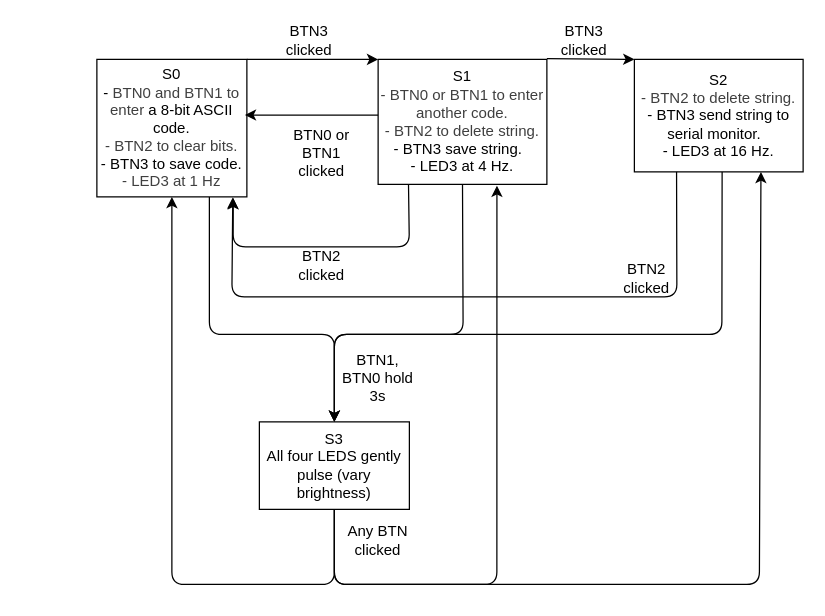
Above: app/src/state_machine.drawio in pophoppyshop/eie_nrf52840 (draw.io), before the change. Source tidied: cells renumbered, new cells numbered last; positions are measured from the earlier drawing's top-left corner, leaving out a move shared by most shapes. Both pictures are drawn from the tidied source at 125%, with x=0, y=0 at pixel (96, 21).
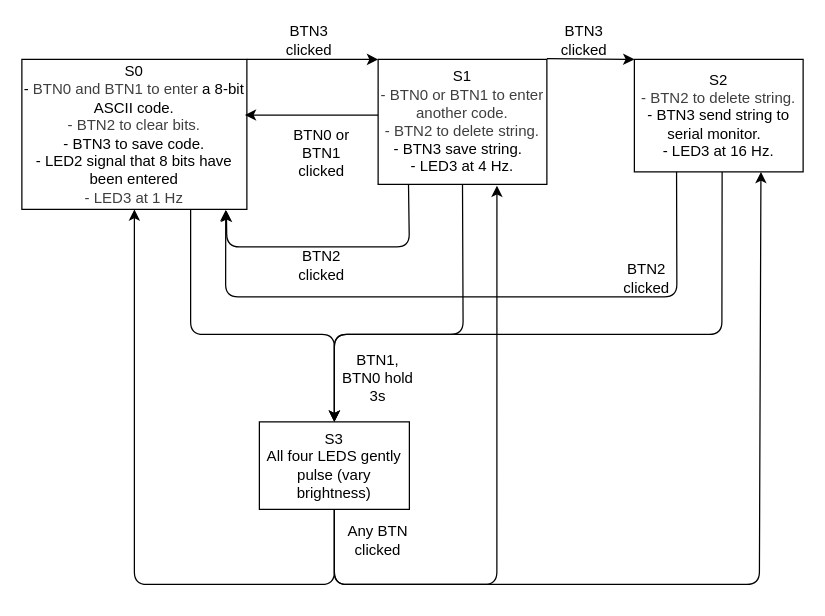
Above is the later version.

Commit message (it also covers changes not shown here):
Finished enter code state

The change refers to these unchanged cells:
```xml
<mxCell id="5" value="S1&lt;div&gt;&lt;span style=&quot;color: rgb(63, 63, 63);&quot;&gt;-&amp;nbsp;&lt;/span&gt;&lt;span style=&quot;color: rgb(63, 63, 63);&quot;&gt;BTN0&amp;nbsp;&lt;/span&gt;&lt;span style=&quot;color: rgb(63, 63, 63);&quot;&gt;or BTN1 to enter another code.&lt;/span&gt;&lt;/div&gt;&lt;div&gt;&lt;span style=&quot;color: rgb(63, 63, 63);&quot;&gt;- BTN2 to delete string.&lt;/span&gt;&lt;/div&gt;&lt;div&gt;&lt;div&gt;- BTN3 save string.&amp;nbsp;&amp;nbsp;&lt;/div&gt;&lt;div&gt;- LED3 at 4 Hz.&lt;/div&gt;&lt;/div&gt;" style="rounded=0;whiteSpace=wrap;html=1;" parent="1" vertex="1">
  <mxGeometry x="225" y="30" width="135" height="100" as="geometry" />
</mxCell>
<mxCell id="8" value="S3&lt;div&gt;All four LEDS gently pulse (vary brightness)&lt;/div&gt;" style="rounded=0;whiteSpace=wrap;html=1;" parent="1" vertex="1">
  <mxGeometry x="130" y="320" width="120" height="70" as="geometry" />
</mxCell>
<mxCell id="19" value="S2&lt;div&gt;&lt;span style=&quot;color: rgb(63, 63, 63);&quot;&gt;- BTN2 to delete string.&lt;/span&gt;&lt;/div&gt;&lt;div&gt;&lt;div&gt;- BTN3 send string to serial monitor.&amp;nbsp;&amp;nbsp;&lt;/div&gt;&lt;div&gt;- LED3 at 16 Hz.&lt;/div&gt;&lt;/div&gt;" style="rounded=0;whiteSpace=wrap;html=1;" parent="1" vertex="1">
  <mxGeometry x="430" y="30" width="135" height="90" as="geometry" />
</mxCell>
```

What changed in the source:
```diff
@@
     <mxCell id="2" style="edgeStyle=none;html=1;exitX=0.75;exitY=1;exitDx=0;exitDy=0;entryX=0.5;entryY=0;entryDx=0;entryDy=0;" parent="1" edge="1" source="3" target="8">
       <mxGeometry relative="1" as="geometry">
         <Array as="points">
-          <mxPoint x="90" y="250" />
+          <mxPoint x="75" y="250" />
           <mxPoint x="190" y="250" />
         </Array>
       </mxGeometry>
     </mxCell>
-    <mxCell id="3" value="S0&lt;div&gt;-&amp;nbsp;&lt;span style=&quot;color: rgb(63, 63, 63);&quot;&gt;BTN0 and BTN1 to enter&amp;nbsp;&lt;/span&gt;a 8-bit ASCII code.&lt;/div&gt;&lt;div&gt;&lt;span style=&quot;color: rgb(63, 63, 63);&quot;&gt;- BTN2 to clear bits.&lt;/span&gt;&lt;/div&gt;&lt;div&gt;- BTN3 to save code.&lt;/div&gt;&lt;div&gt;&lt;span style=&quot;color: rgb(63, 63, 63); background-color: transparent;&quot;&gt;- LED3 at 1 Hz&lt;/span&gt;&lt;/div&gt;" style="rounded=0;whiteSpace=wrap;html=1;" parent="1" vertex="1">
-      <mxGeometry y="30" width="120" height="110" as="geometry" />
+    <mxCell id="3" value="S0&lt;div&gt;-&amp;nbsp;&lt;span style=&quot;color: rgb(63, 63, 63);&quot;&gt;BTN0 and BTN1 to enter&amp;nbsp;&lt;/span&gt;a 8-bit ASCII code.&lt;/div&gt;&lt;div&gt;&lt;span style=&quot;color: rgb(63, 63, 63);&quot;&gt;- BTN2 to clear bits.&lt;/span&gt;&lt;/div&gt;&lt;div&gt;- BTN3 to save code.&lt;/div&gt;&lt;div&gt;- LED2 signal that 8 bits have been entered&lt;/div&gt;&lt;div&gt;&lt;span style=&quot;color: rgb(63, 63, 63); background-color: transparent;&quot;&gt;- LED3 at 1 Hz&lt;/span&gt;&lt;/div&gt;" style="rounded=0;whiteSpace=wrap;html=1;" parent="1" vertex="1">
+      <mxGeometry x="-60" y="30" width="180" height="120" as="geometry" />
     </mxCell>
@@
     <mxCell id="6" style="edgeStyle=none;html=1;entryX=0.5;entryY=1;entryDx=0;entryDy=0;exitX=0.5;exitY=1;exitDx=0;exitDy=0;" parent="1" edge="1" source="8" target="3">
       <mxGeometry relative="1" as="geometry">
         <Array as="points">
           <mxPoint x="190" y="450" />
-          <mxPoint x="60" y="450" />
+          <mxPoint x="30" y="450" />
         </Array>
       </mxGeometry>
     </mxCell>
@@
     <mxCell id="11" style="edgeStyle=none;html=1;entryX=0.909;entryY=1.009;entryDx=0;entryDy=0;entryPerimeter=0;exitX=0.18;exitY=1.001;exitDx=0;exitDy=0;exitPerimeter=0;" parent="1" edge="1" source="5" target="3">
       <mxGeometry relative="1" as="geometry">
         <Array as="points">
           <mxPoint x="250" y="180" />
           <mxPoint x="170" y="180" />
-          <mxPoint x="109" y="180" />
+          <mxPoint x="104" y="180" />
         </Array>
       </mxGeometry>
     </mxCell>
@@
     <mxCell id="22" style="edgeStyle=none;html=1;exitX=0.25;exitY=1;exitDx=0;exitDy=0;entryX=0.906;entryY=1.004;entryDx=0;entryDy=0;entryPerimeter=0;" parent="1" edge="1" source="19" target="3">
       <mxGeometry relative="1" as="geometry">
         <Array as="points">
           <mxPoint x="464" y="220" />
-          <mxPoint x="108" y="220" />
+          <mxPoint x="103" y="220" />
         </Array>
       </mxGeometry>
     </mxCell>
```
